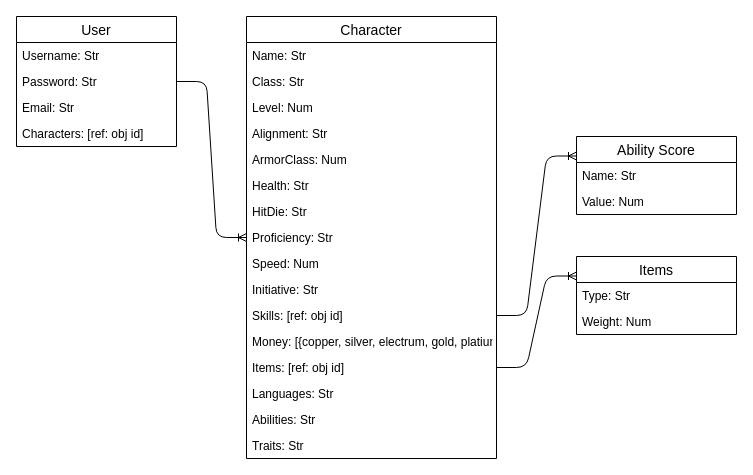
This is Capstone.drawio from RockWilliams/capstone-DnD-helper, a draw.io file, before an edit. Source tidied: cells renumbered, new cells numbered last; positions are measured from the earlier drawing's top-left corner, leaving out a move shared by most shapes. Both pictures are drawn from the tidied source at 100%, with x=0, y=0 at pixel (16, 16).
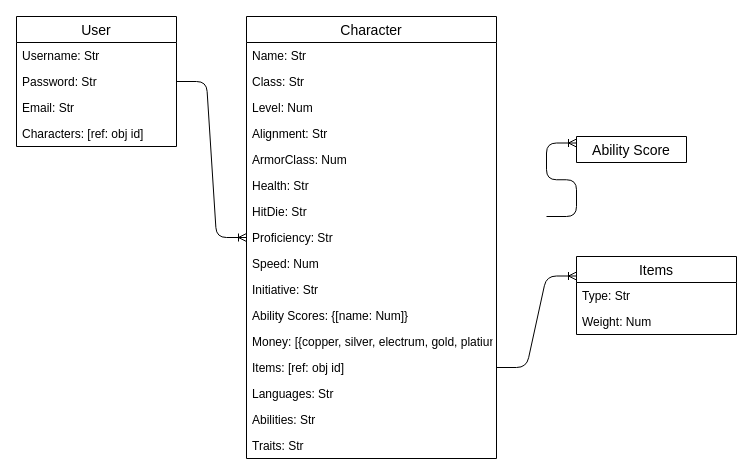
Above is the later version.

The change refers to these unchanged cells:
```xml
<mxCell id="8" value="Character" style="swimlane;fontStyle=0;horizontal=1;startSize=26;align=center;fontSize=14;" parent="1" vertex="1">
  <mxGeometry x="230" width="250" height="442" as="geometry" />
</mxCell>
```

The edit, as a diff of the source:
```diff
@@
-    <mxCell id="19" value="Skills: [ref: obj id]" style="text;strokeColor=none;fillColor=none;spacingLeft=4;spacingRight=4;overflow=hidden;points=[[0,0.5],[1,0.5]];portConstraint=eastwest;fontSize=12;" parent="8" vertex="1">
+    <mxCell id="19" value="Ability Scores: {[name: Num]}" style="text;strokeColor=none;fillColor=none;spacingLeft=4;spacingRight=4;overflow=hidden;points=[[0,0.5],[1,0.5]];portConstraint=eastwest;fontSize=12;" parent="8" vertex="1">
       <mxGeometry y="286" width="250" height="26" as="geometry" />
     </mxCell>
@@
-    <mxCell id="25" style="edgeStyle=entityRelationEdgeStyle;fontSize=12;html=1;endArrow=ERoneToMany;entryX=0;entryY=0.25;entryDx=0;entryDy=0;" parent="1" edge="1" source="19" target="27">
-      <mxGeometry relative="1" as="geometry" />
+    <mxCell id="25" style="edgeStyle=entityRelationEdgeStyle;fontSize=12;html=1;endArrow=ERoneToMany;entryX=0;entryY=0.25;entryDx=0;entryDy=0;" parent="1" edge="1" target="27">
+      <mxGeometry relative="1" as="geometry">
+        <mxPoint x="530" y="200" as="sourcePoint" />
+      </mxGeometry>
     </mxCell>
@@
-    <mxCell id="27" value="Ability Score" style="swimlane;fontStyle=0;horizontal=1;startSize=26;align=center;fontSize=14;" parent="1" vertex="1">
-      <mxGeometry x="560" y="120" width="160" height="78" as="geometry" />
+    <mxCell id="27" value="Ability Score" style="swimlane;fontStyle=0;horizontal=1;startSize=26;align=center;fontSize=14;" parent="1" vertex="1" collapsed="1">
+      <mxGeometry x="560" y="120" width="110" height="26" as="geometry" />
     </mxCell>
-    <mxCell id="28" value="Name: Str" style="text;strokeColor=none;fillColor=none;spacingLeft=4;spacingRight=4;overflow=hidden;fontSize=12;" parent="27" vertex="1">
-      <mxGeometry y="26" width="160" height="26" as="geometry" />
-    </mxCell>
-    <mxCell id="29" value="Value: Num" style="text;strokeColor=none;fillColor=none;spacingLeft=4;spacingRight=4;overflow=hidden;fontSize=12;" parent="27" vertex="1">
-      <mxGeometry y="52" width="160" height="26" as="geometry" />
-    </mxCell>
```
